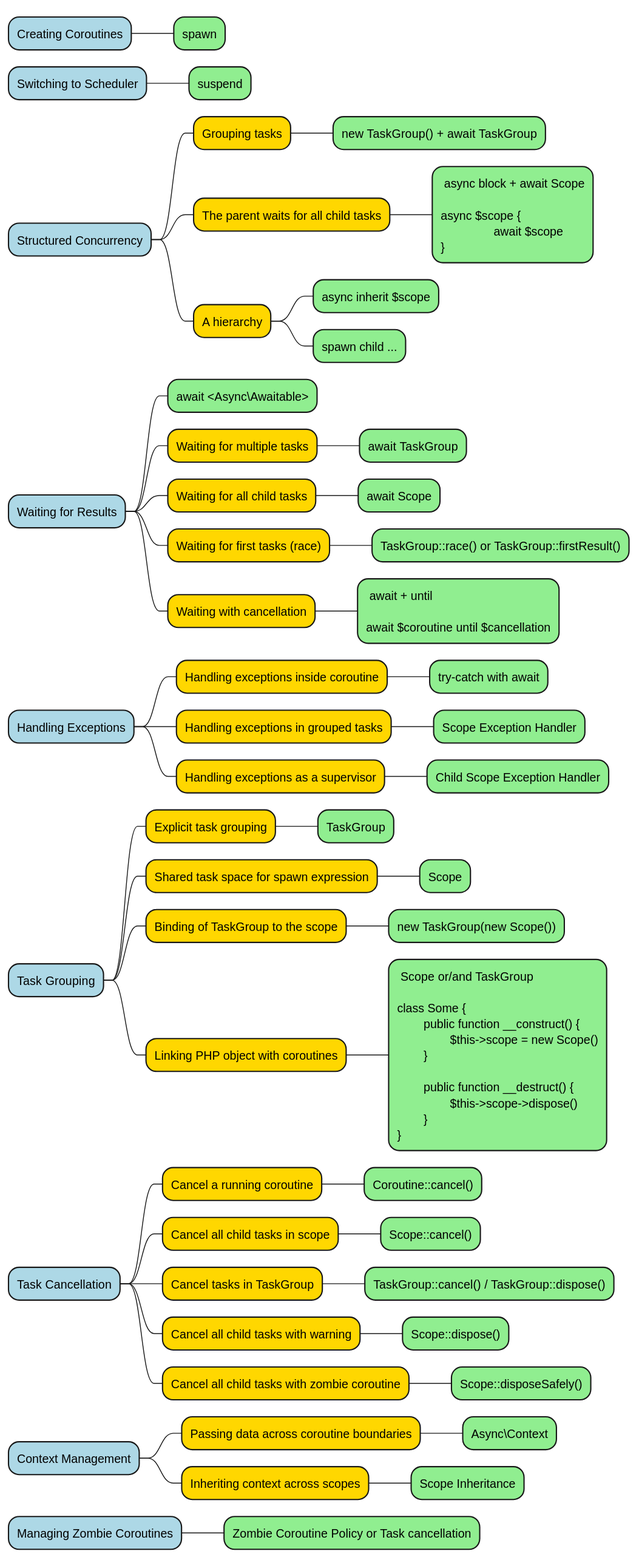
Above: diagrams/mind-map.svg in true-async/php-true-async-rfc (PlantUML), before the change.
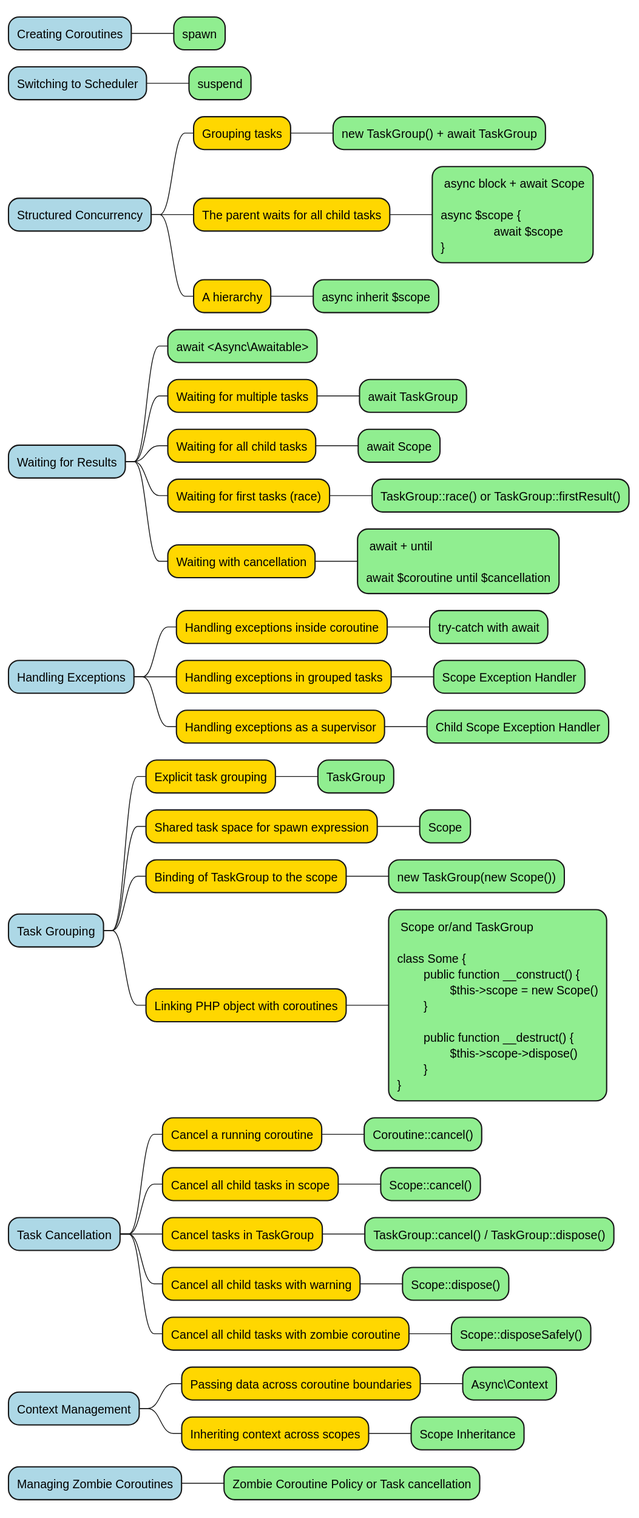
After the commit.

Commit message:
* remove Spawn child expression

Diff of the diagram source:
```diff
@@ -14,7 +14,6 @@
 };
 **[#FFD700] A hierarchy
 ***[#lightgreen] async inherit $scope
-***[#lightgreen] spawn child ...
 *[#lightblue] Waiting for Results
 **[#lightgreen] await <Async\Awaitable>
 **[#FFD700] Waiting for multiple tasks
```
